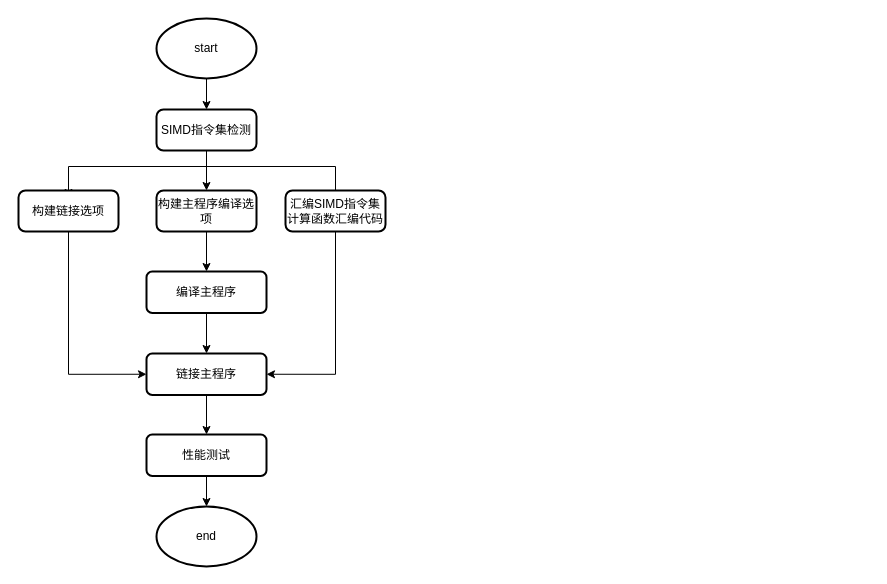
Earlier version of the draw.io diagram parallel-process.drawio (gaohongy/drawio). Source tidied: cells renumbered, new cells numbered last; positions are measured from the earlier drawing's top-left corner, leaving out a move shared by most shapes. Both pictures are drawn from the tidied source at 100%, with x=0, y=0 at pixel (18, 18).
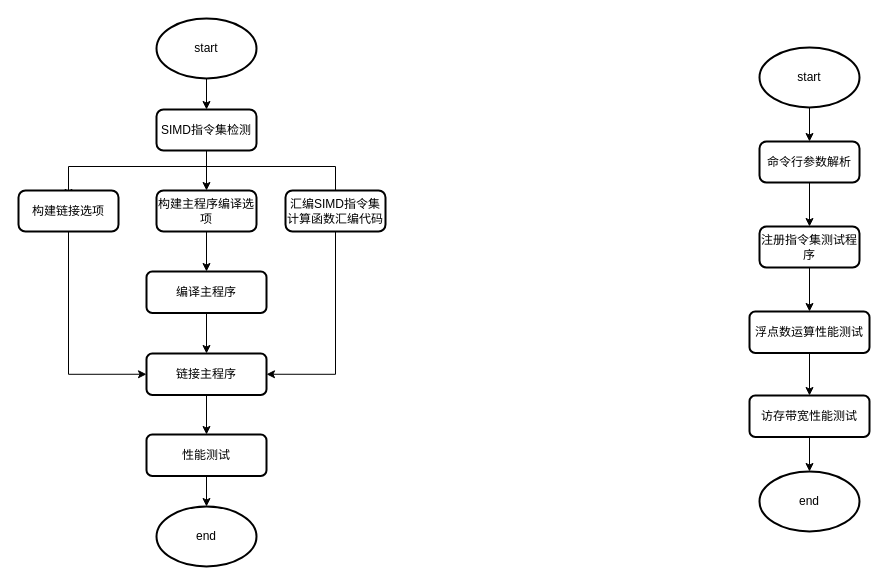
The same page after the edit.

What changed in the source:
```diff
@@
+    <mxCell id="21" style="edgeStyle=orthogonalEdgeStyle;rounded=0;jettySize=auto;html=1;exitX=0.5;exitY=1;exitDx=0;exitDy=0;exitPerimeter=0;entryX=0.5;entryY=0;entryDx=0;entryDy=0;" parent="1" edge="1" source="22" target="24">
+      <mxGeometry relative="1" as="geometry" />
+    </mxCell>
+    <mxCell id="22" value="start" style="strokeWidth=2;html=1;shape=mxgraph.flowchart.start_1;whiteSpace=wrap;" parent="1" vertex="1">
+      <mxGeometry x="741" y="29" width="100" height="60" as="geometry" />
+    </mxCell>
+    <mxCell id="23" style="edgeStyle=orthogonalEdgeStyle;rounded=0;jettySize=auto;html=1;exitX=0.5;exitY=1;exitDx=0;exitDy=0;" parent="1" edge="1" source="24" target="26">
+      <mxGeometry relative="1" as="geometry" />
+    </mxCell>
+    <mxCell id="24" value="命令行参数解析" style="rounded=1;whiteSpace=wrap;html=1;absoluteArcSize=1;arcSize=14;strokeWidth=2;" parent="1" vertex="1">
+      <mxGeometry x="741" y="123" width="100" height="41" as="geometry" />
+    </mxCell>
+    <mxCell id="25" style="edgeStyle=orthogonalEdgeStyle;rounded=0;jettySize=auto;html=1;" parent="1" edge="1" source="26" target="28">
+      <mxGeometry relative="1" as="geometry" />
+    </mxCell>
+    <mxCell id="26" value="注册指令集测试程序" style="rounded=1;whiteSpace=wrap;html=1;absoluteArcSize=1;arcSize=14;strokeWidth=2;" parent="1" vertex="1">
+      <mxGeometry x="741" y="208" width="100" height="41" as="geometry" />
+    </mxCell>
+    <mxCell id="27" style="edgeStyle=orthogonalEdgeStyle;rounded=0;jettySize=auto;html=1;" parent="1" edge="1" source="28" target="30">
+      <mxGeometry relative="1" as="geometry" />
+    </mxCell>
+    <mxCell id="28" value="浮点数运算性能测试" style="whiteSpace=wrap;html=1;rounded=1;arcSize=14;strokeWidth=2;" parent="1" vertex="1">
+      <mxGeometry x="731" y="293" width="120" height="41.5" as="geometry" />
+    </mxCell>
+    <mxCell id="29" style="edgeStyle=orthogonalEdgeStyle;rounded=0;jettySize=auto;html=1;entryX=0.5;entryY=0;entryDx=0;entryDy=0;entryPerimeter=0;" parent="1" edge="1" source="30" target="31">
+      <mxGeometry relative="1" as="geometry" />
+    </mxCell>
+    <mxCell id="30" value="访存带宽性能测试" style="whiteSpace=wrap;html=1;rounded=1;arcSize=14;strokeWidth=2;" parent="1" vertex="1">
+      <mxGeometry x="731" y="377" width="120" height="41.5" as="geometry" />
+    </mxCell>
+    <mxCell id="31" value="end" style="strokeWidth=2;html=1;shape=mxgraph.flowchart.start_1;whiteSpace=wrap;" parent="1" vertex="1">
+      <mxGeometry x="741" y="453" width="100" height="60" as="geometry" />
+    </mxCell>
```
